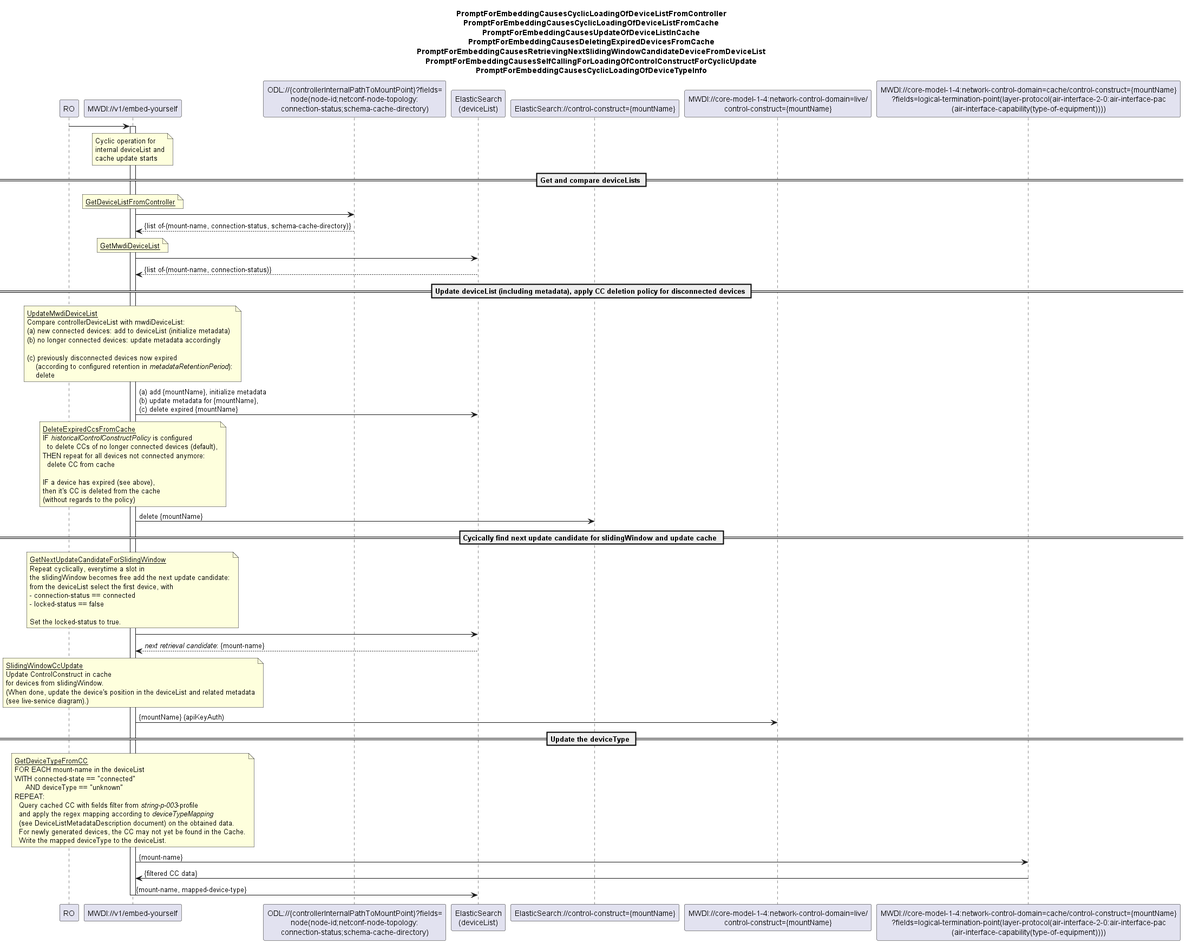
openBackhaul/MicroWaveDeviceInventory keeps this PlantUML diagram as spec/diagrams/00x_CyclicOperationBasedDeviceListSync.png. Above is the earlier version.
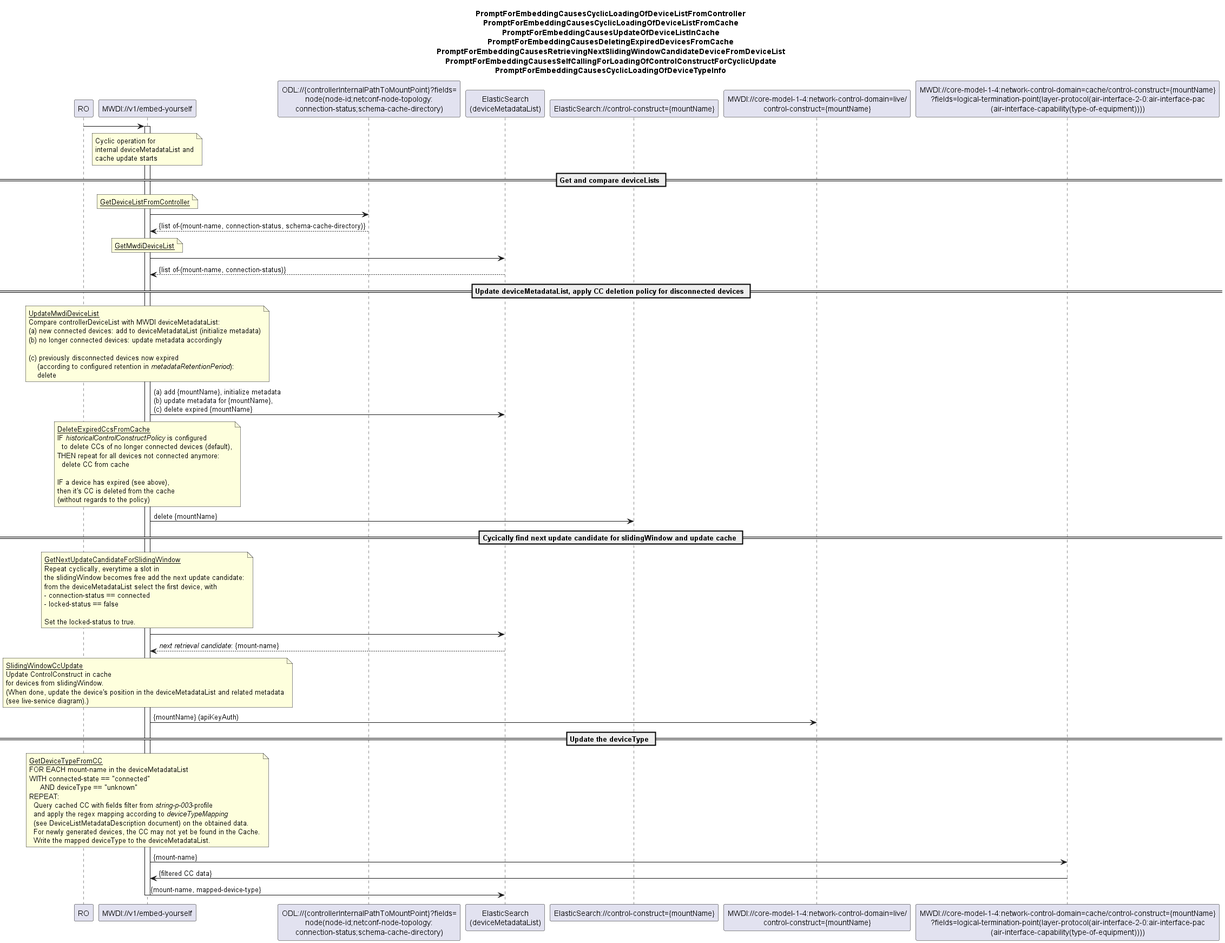
Later version of the same file.

Diff of the diagram source:
```diff
@@ -14,7 +14,7 @@
 participant "RO" as ro
 participant "MWDI://v1/embed-yourself" as mwdi
 participant "ODL://{controllerInternalPathToMountPoint}?fields=\nnode(node-id;netconf-node-topology:\nconnection-status;schema-cache-directory)" as odlConnectionStatus
-participant "ElasticSearch\n(deviceList)" as deviceList
+participant "ElasticSearch\n(deviceMetadataList)" as deviceList
 participant "ElasticSearch://control-construct={mountName}" as esCC
 participant "MWDI://core-model-1-4:network-control-domain=live/\ncontrol-construct={mountName}" as ControlConstruct
 participant "MWDI://core-model-1-4:network-control-domain=cache/control-construct={mountName}\n?fields=logical-termination-point(layer-protocol(air-interface-2-0:air-interface-pac\n(air-interface-capability(type-of-equipment))))" as mwdiDevType
@@ -26,7 +26,7 @@
 
 note over mwdi
 Cyclic operation for
-internal deviceList and
+internal deviceMetadataList and
 cache update starts
 end note
 
@@ -44,12 +44,12 @@
 mwdi -> deviceList
 deviceList --> mwdi: {list of-(mount-name, connection-status)}
 
-== Update deviceList (including metadata), apply CC deletion policy for disconnected devices ==
+== Update deviceMetadataList, apply CC deletion policy for disconnected devices ==
 
 note over mwdi
   <u>UpdateMwdiDeviceList</u>
-  Compare controllerDeviceList with mwdiDeviceList:
-  (a) new connected devices: add to deviceList (initialize metadata)
+  Compare controllerDeviceList with MWDI deviceMetadataList:
+  (a) new connected devices: add to deviceMetadataList (initialize metadata)
   (b) no longer connected devices: update metadata accordingly
 
   (c) previously disconnected devices now expired
@@ -77,7 +77,7 @@
   <u>GetNextUpdateCandidateForSlidingWindow</u>
   Repeat cyclically, everytime a slot in
   the slidingWindow becomes free add the next update candidate:
-  from the deviceList select the first device, with
+  from the deviceMetadataList select the first device, with
   - connection-status == connected
   - locked-status == false
 
@@ -90,7 +90,7 @@
   <u>SlidingWindowCcUpdate</u>
   Update ControlConstruct in cache
   for devices from slidingWindow.
-  (When done, update the device's position in the deviceList and related metadata
+  (When done, update the device's position in the deviceMetadataList and related metadata
   (see live-service diagram).)
 end note
 mwdi -> ControlConstruct: {mountName} (apiKeyAuth)
@@ -99,7 +99,7 @@
 
 note over mwdi
   <u>GetDeviceTypeFromCC</u>
-  FOR EACH mount-name in the deviceList
+  FOR EACH mount-name in the deviceMetadataList
   WITH connected-state == "connected"
        AND deviceType == "unknown"
   REPEAT:
@@ -107,7 +107,7 @@
     and apply the regex mapping according to <i>deviceTypeMapping</i>
     (see DeviceListMetadataDescription document) on the obtained data.
     For newly generated devices, the CC may not yet be found in the Cache.
-    Write the mapped deviceType to the deviceList.
+    Write the mapped deviceType to the deviceMetadataList.
 end note
 mwdi -> mwdiDevType: {mount-name}
 mwdiDevType -> mwdi: {filtered CC data}
```
